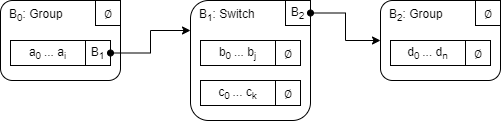
The draw.io diagram docs/assets/prog_tree2.dio.png in GuildOfWeavers/distaff, before a commit. Source tidied: cells renumbered, new cells last; positions are measured from the earlier drawing's top-left corner, leaving out a move shared by most shapes. The source it was exported from:
```xml
<mxGraphModel>
  <root>
    <mxCell id="0" />
    <mxCell id="1" parent="0" />
    <mxCell id="2" value="B&lt;sub&gt;0&lt;/sub&gt;: Group" style="rounded=1;whiteSpace=wrap;html=1;align=left;verticalAlign=top;spacingTop=0;spacingLeft=7;" parent="1" vertex="1">
      <mxGeometry width="120" height="80" as="geometry" />
    </mxCell>
    <mxCell id="3" value="&lt;span class=&quot;ILfuVd&quot;&gt;&lt;span class=&quot;e24Kjd&quot;&gt;&lt;span&gt;∅&lt;/span&gt;&lt;/span&gt;&lt;/span&gt;" style="rounded=0;whiteSpace=wrap;html=1;fontFamily=Helvetica;fontStyle=0;" parent="1" vertex="1">
      <mxGeometry x="95" width="25" height="25" as="geometry" />
    </mxCell>
    <mxCell id="4" value="a&lt;sub&gt;0&amp;nbsp;&lt;/sub&gt;... a&lt;sub&gt;i&lt;/sub&gt;" style="rounded=0;whiteSpace=wrap;html=1;fontStyle=0;" parent="1" vertex="1">
      <mxGeometry x="10" y="40" width="75" height="25" as="geometry" />
    </mxCell>
    <mxCell id="5" value="&lt;span class=&quot;ILfuVd&quot;&gt;&lt;span class=&quot;e24Kjd&quot;&gt;B&lt;sub&gt;1&lt;/sub&gt;&lt;/span&gt;&lt;/span&gt;" style="rounded=0;whiteSpace=wrap;html=1;fontFamily=Helvetica;fontStyle=0;" parent="1" vertex="1">
      <mxGeometry x="85" y="40" width="25" height="25" as="geometry" />
    </mxCell>
    <mxCell id="6" value="B&lt;sub&gt;1&lt;/sub&gt;: Switch" style="rounded=1;whiteSpace=wrap;html=1;align=left;verticalAlign=top;spacingTop=0;spacingLeft=7;" parent="1" vertex="1">
      <mxGeometry x="190" width="120" height="120" as="geometry" />
    </mxCell>
    <mxCell id="7" value="&lt;span class=&quot;ILfuVd&quot;&gt;&lt;span class=&quot;e24Kjd&quot;&gt;B&lt;sub&gt;2&lt;/sub&gt;&lt;/span&gt;&lt;/span&gt;" style="rounded=0;whiteSpace=wrap;html=1;fontFamily=Helvetica;fontStyle=0;" parent="1" vertex="1">
      <mxGeometry x="285" width="25" height="25" as="geometry" />
    </mxCell>
    <mxCell id="8" value="b&lt;sub&gt;0&amp;nbsp;&lt;/sub&gt;... b&lt;sub&gt;j&lt;/sub&gt;" style="rounded=0;whiteSpace=wrap;html=1;fontStyle=0;" parent="1" vertex="1">
      <mxGeometry x="200" y="40" width="75" height="25" as="geometry" />
    </mxCell>
    <mxCell id="9" value="&lt;span class=&quot;ILfuVd&quot;&gt;&lt;span class=&quot;e24Kjd&quot;&gt;&lt;span&gt;∅&lt;/span&gt;&lt;/span&gt;&lt;/span&gt;" style="rounded=0;whiteSpace=wrap;html=1;fontFamily=Helvetica;fontStyle=0;" parent="1" vertex="1">
      <mxGeometry x="275" y="40" width="25" height="25" as="geometry" />
    </mxCell>
    <mxCell id="10" value="c&lt;sub&gt;0&amp;nbsp;&lt;/sub&gt;... c&lt;sub&gt;k&lt;/sub&gt;" style="rounded=0;whiteSpace=wrap;html=1;fontStyle=0;" parent="1" vertex="1">
      <mxGeometry x="200" y="80" width="75" height="25" as="geometry" />
    </mxCell>
    <mxCell id="11" value="&lt;span class=&quot;ILfuVd&quot;&gt;&lt;span class=&quot;e24Kjd&quot;&gt;&lt;span&gt;∅&lt;/span&gt;&lt;/span&gt;&lt;/span&gt;" style="rounded=0;whiteSpace=wrap;html=1;fontFamily=Helvetica;fontStyle=0;" parent="1" vertex="1">
      <mxGeometry x="275" y="80" width="25" height="25" as="geometry" />
    </mxCell>
    <mxCell id="12" value="B&lt;sub&gt;2&lt;/sub&gt;: Group" style="rounded=1;whiteSpace=wrap;html=1;align=left;verticalAlign=top;spacingTop=0;spacingLeft=7;" parent="1" vertex="1">
      <mxGeometry x="380" width="120" height="80" as="geometry" />
    </mxCell>
    <mxCell id="13" value="&lt;span class=&quot;ILfuVd&quot;&gt;&lt;span class=&quot;e24Kjd&quot;&gt;&lt;span&gt;∅&lt;/span&gt;&lt;/span&gt;&lt;/span&gt;" style="rounded=0;whiteSpace=wrap;html=1;fontFamily=Helvetica;fontStyle=0;" parent="1" vertex="1">
      <mxGeometry x="475" width="25" height="25" as="geometry" />
    </mxCell>
    <mxCell id="14" value="d&lt;sub&gt;0&amp;nbsp;&lt;/sub&gt;... d&lt;sub&gt;n&lt;/sub&gt;" style="rounded=0;whiteSpace=wrap;html=1;fontStyle=0;" parent="1" vertex="1">
      <mxGeometry x="390" y="40" width="75" height="25" as="geometry" />
    </mxCell>
    <mxCell id="15" value="&lt;span class=&quot;ILfuVd&quot;&gt;&lt;span class=&quot;e24Kjd&quot;&gt;&lt;span&gt;∅&lt;/span&gt;&lt;/span&gt;&lt;/span&gt;" style="rounded=0;whiteSpace=wrap;html=1;fontFamily=Helvetica;fontStyle=0;" parent="1" vertex="1">
      <mxGeometry x="465" y="40" width="25" height="25" as="geometry" />
    </mxCell>
    <mxCell id="16" style="edgeStyle=orthogonalEdgeStyle;rounded=0;jettySize=auto;html=1;exitX=1;exitY=0.5;exitDx=0;exitDy=0;entryX=0;entryY=0.25;entryDx=0;entryDy=0;startArrow=oval;startFill=1;" parent="1" edge="1" source="5" target="6">
      <mxGeometry relative="1" as="geometry" />
    </mxCell>
    <mxCell id="17" style="edgeStyle=orthogonalEdgeStyle;rounded=0;jettySize=auto;html=1;exitX=1;exitY=0.5;exitDx=0;exitDy=0;entryX=0;entryY=0.5;entryDx=0;entryDy=0;startArrow=oval;startFill=1;" parent="1" edge="1" source="7" target="12">
      <mxGeometry relative="1" as="geometry" />
    </mxCell>
  </root>
</mxGraphModel>
```
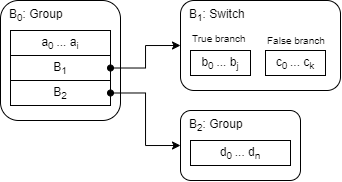
The same diagram one commit later.

The edit, as a diff of the source:
```diff
@@ -3,52 +3,43 @@
     <mxCell id="0" />
     <mxCell id="1" parent="0" />
     <mxCell id="2" value="B&lt;sub&gt;0&lt;/sub&gt;: Group" style="rounded=1;whiteSpace=wrap;html=1;align=left;verticalAlign=top;spacingTop=0;spacingLeft=7;" parent="1" vertex="1">
-      <mxGeometry width="120" height="80" as="geometry" />
+      <mxGeometry width="120" height="120" as="geometry" />
     </mxCell>
-    <mxCell id="3" value="&lt;span class=&quot;ILfuVd&quot;&gt;&lt;span class=&quot;e24Kjd&quot;&gt;&lt;span&gt;∅&lt;/span&gt;&lt;/span&gt;&lt;/span&gt;" style="rounded=0;whiteSpace=wrap;html=1;fontFamily=Helvetica;fontStyle=0;" parent="1" vertex="1">
-      <mxGeometry x="95" width="25" height="25" as="geometry" />
-    </mxCell>
     <mxCell id="4" value="a&lt;sub&gt;0&amp;nbsp;&lt;/sub&gt;... a&lt;sub&gt;i&lt;/sub&gt;" style="rounded=0;whiteSpace=wrap;html=1;fontStyle=0;" parent="1" vertex="1">
-      <mxGeometry x="10" y="40" width="75" height="25" as="geometry" />
+      <mxGeometry x="10" y="30" width="100" height="25" as="geometry" />
     </mxCell>
     <mxCell id="5" value="&lt;span class=&quot;ILfuVd&quot;&gt;&lt;span class=&quot;e24Kjd&quot;&gt;B&lt;sub&gt;1&lt;/sub&gt;&lt;/span&gt;&lt;/span&gt;" style="rounded=0;whiteSpace=wrap;html=1;fontFamily=Helvetica;fontStyle=0;" parent="1" vertex="1">
-      <mxGeometry x="85" y="40" width="25" height="25" as="geometry" />
+      <mxGeometry x="10" y="55" width="100" height="25" as="geometry" />
     </mxCell>
+    <mxCell id="16" style="edgeStyle=orthogonalEdgeStyle;rounded=0;jettySize=auto;html=1;exitX=1;exitY=0.5;exitDx=0;exitDy=0;startArrow=oval;startFill=1;entryX=0;entryY=0.5;entryDx=0;entryDy=0;" parent="1" edge="1" source="5" target="6">
+      <mxGeometry relative="1" as="geometry" />
+    </mxCell>
+    <mxCell id="7" value="B&lt;sub&gt;2&lt;/sub&gt;" style="rounded=0;whiteSpace=wrap;html=1;fontStyle=0;" parent="1" vertex="1">
+      <mxGeometry x="10" y="80" width="100" height="25" as="geometry" />
+    </mxCell>
+    <mxCell id="12" value="B&lt;sub&gt;2&lt;/sub&gt;: Group" style="rounded=1;whiteSpace=wrap;html=1;align=left;verticalAlign=top;spacingTop=0;spacingLeft=7;" parent="1" vertex="1">
+      <mxGeometry x="180" y="110" width="120" height="70" as="geometry" />
+    </mxCell>
+    <mxCell id="14" value="d&lt;sub&gt;0&amp;nbsp;&lt;/sub&gt;... d&lt;sub&gt;n&lt;/sub&gt;" style="rounded=0;whiteSpace=wrap;html=1;fontStyle=0;" parent="1" vertex="1">
+      <mxGeometry x="190" y="140" width="100" height="25" as="geometry" />
+    </mxCell>
+    <mxCell id="17" style="edgeStyle=orthogonalEdgeStyle;rounded=0;jettySize=auto;html=1;exitX=1;exitY=0.5;exitDx=0;exitDy=0;entryX=0;entryY=0.5;entryDx=0;entryDy=0;startArrow=oval;startFill=1;" parent="1" edge="1" source="7" target="12">
+      <mxGeometry relative="1" as="geometry" />
+    </mxCell>
     <mxCell id="6" value="B&lt;sub&gt;1&lt;/sub&gt;: Switch" style="rounded=1;whiteSpace=wrap;html=1;align=left;verticalAlign=top;spacingTop=0;spacingLeft=7;" parent="1" vertex="1">
-      <mxGeometry x="190" width="120" height="120" as="geometry" />
+      <mxGeometry x="180" width="160" height="90" as="geometry" />
     </mxCell>
-    <mxCell id="7" value="&lt;span class=&quot;ILfuVd&quot;&gt;&lt;span class=&quot;e24Kjd&quot;&gt;B&lt;sub&gt;2&lt;/sub&gt;&lt;/span&gt;&lt;/span&gt;" style="rounded=0;whiteSpace=wrap;html=1;fontFamily=Helvetica;fontStyle=0;" parent="1" vertex="1">
-      <mxGeometry x="285" width="25" height="25" as="geometry" />
-    </mxCell>
+    <mxCell id="18" value="True branch" style="text;html=1;strokeColor=none;fillColor=none;align=left;verticalAlign=middle;whiteSpace=wrap;rounded=0;fontSize=10;fontStyle=0;" parent="1" vertex="1">
+      <mxGeometry x="190" y="27.5" width="70" height="20" as="geometry" />
+    </mxCell>
     <mxCell id="8" value="b&lt;sub&gt;0&amp;nbsp;&lt;/sub&gt;... b&lt;sub&gt;j&lt;/sub&gt;" style="rounded=0;whiteSpace=wrap;html=1;fontStyle=0;" parent="1" vertex="1">
-      <mxGeometry x="200" y="40" width="75" height="25" as="geometry" />
+      <mxGeometry x="190" y="50" width="60" height="25" as="geometry" />
     </mxCell>
-    <mxCell id="9" value="&lt;span class=&quot;ILfuVd&quot;&gt;&lt;span class=&quot;e24Kjd&quot;&gt;&lt;span&gt;∅&lt;/span&gt;&lt;/span&gt;&lt;/span&gt;" style="rounded=0;whiteSpace=wrap;html=1;fontFamily=Helvetica;fontStyle=0;" parent="1" vertex="1">
-      <mxGeometry x="275" y="40" width="25" height="25" as="geometry" />
-    </mxCell>
+    <mxCell id="19" value="False branch" style="text;html=1;strokeColor=none;fillColor=none;align=left;verticalAlign=middle;whiteSpace=wrap;rounded=0;fontSize=10;fontStyle=0;" parent="1" vertex="1">
+      <mxGeometry x="265" y="30" width="65" height="20" as="geometry" />
+    </mxCell>
     <mxCell id="10" value="c&lt;sub&gt;0&amp;nbsp;&lt;/sub&gt;... c&lt;sub&gt;k&lt;/sub&gt;" style="rounded=0;whiteSpace=wrap;html=1;fontStyle=0;" parent="1" vertex="1">
-      <mxGeometry x="200" y="80" width="75" height="25" as="geometry" />
+      <mxGeometry x="265" y="50" width="60" height="25" as="geometry" />
     </mxCell>
-    <mxCell id="11" value="&lt;span class=&quot;ILfuVd&quot;&gt;&lt;span class=&quot;e24Kjd&quot;&gt;&lt;span&gt;∅&lt;/span&gt;&lt;/span&gt;&lt;/span&gt;" style="rounded=0;whiteSpace=wrap;html=1;fontFamily=Helvetica;fontStyle=0;" parent="1" vertex="1">
-      <mxGeometry x="275" y="80" width="25" height="25" as="geometry" />
-    </mxCell>
-    <mxCell id="12" value="B&lt;sub&gt;2&lt;/sub&gt;: Group" style="rounded=1;whiteSpace=wrap;html=1;align=left;verticalAlign=top;spacingTop=0;spacingLeft=7;" parent="1" vertex="1">
-      <mxGeometry x="380" width="120" height="80" as="geometry" />
-    </mxCell>
-    <mxCell id="13" value="&lt;span class=&quot;ILfuVd&quot;&gt;&lt;span class=&quot;e24Kjd&quot;&gt;&lt;span&gt;∅&lt;/span&gt;&lt;/span&gt;&lt;/span&gt;" style="rounded=0;whiteSpace=wrap;html=1;fontFamily=Helvetica;fontStyle=0;" parent="1" vertex="1">
-      <mxGeometry x="475" width="25" height="25" as="geometry" />
-    </mxCell>
-    <mxCell id="14" value="d&lt;sub&gt;0&amp;nbsp;&lt;/sub&gt;... d&lt;sub&gt;n&lt;/sub&gt;" style="rounded=0;whiteSpace=wrap;html=1;fontStyle=0;" parent="1" vertex="1">
-      <mxGeometry x="390" y="40" width="75" height="25" as="geometry" />
-    </mxCell>
-    <mxCell id="15" value="&lt;span class=&quot;ILfuVd&quot;&gt;&lt;span class=&quot;e24Kjd&quot;&gt;&lt;span&gt;∅&lt;/span&gt;&lt;/span&gt;&lt;/span&gt;" style="rounded=0;whiteSpace=wrap;html=1;fontFamily=Helvetica;fontStyle=0;" parent="1" vertex="1">
-      <mxGeometry x="465" y="40" width="25" height="25" as="geometry" />
-    </mxCell>
-    <mxCell id="16" style="edgeStyle=orthogonalEdgeStyle;rounded=0;jettySize=auto;html=1;exitX=1;exitY=0.5;exitDx=0;exitDy=0;entryX=0;entryY=0.25;entryDx=0;entryDy=0;startArrow=oval;startFill=1;" parent="1" edge="1" source="5" target="6">
-      <mxGeometry relative="1" as="geometry" />
-    </mxCell>
-    <mxCell id="17" style="edgeStyle=orthogonalEdgeStyle;rounded=0;jettySize=auto;html=1;exitX=1;exitY=0.5;exitDx=0;exitDy=0;entryX=0;entryY=0.5;entryDx=0;entryDy=0;startArrow=oval;startFill=1;" parent="1" edge="1" source="7" target="12">
-      <mxGeometry relative="1" as="geometry" />
-    </mxCell>
   </root>
 </mxGraphModel>
```
